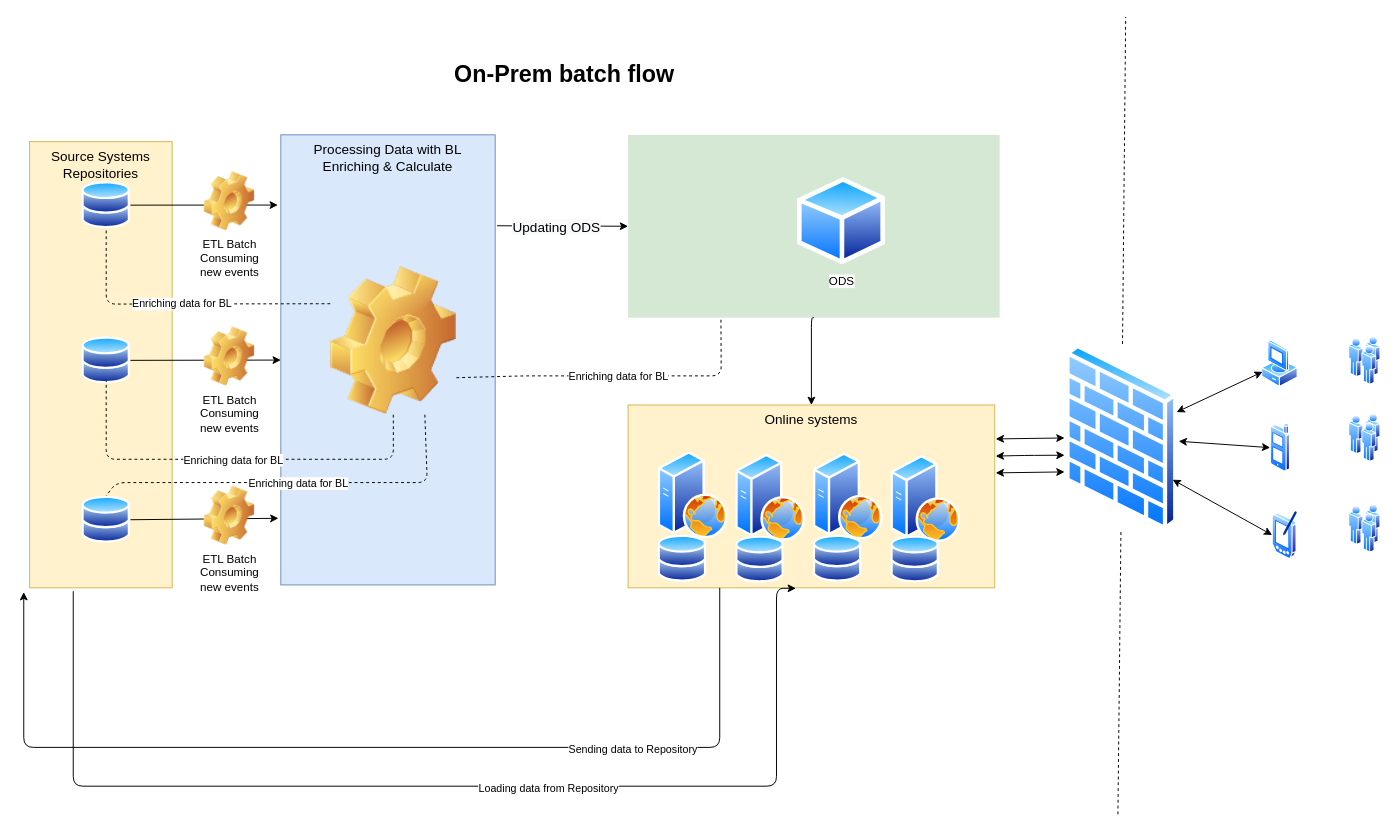
The draw.io diagram ODS on prem1.drawio in itaybaran/drawing, before the edit. Source tidied: cells renumbered, new cells numbered last; positions are measured from the earlier drawing's top-left corner, leaving out a move shared by most shapes. Both pictures are drawn from the tidied source at 97%, with x=0, y=0 at pixel (23, 16).
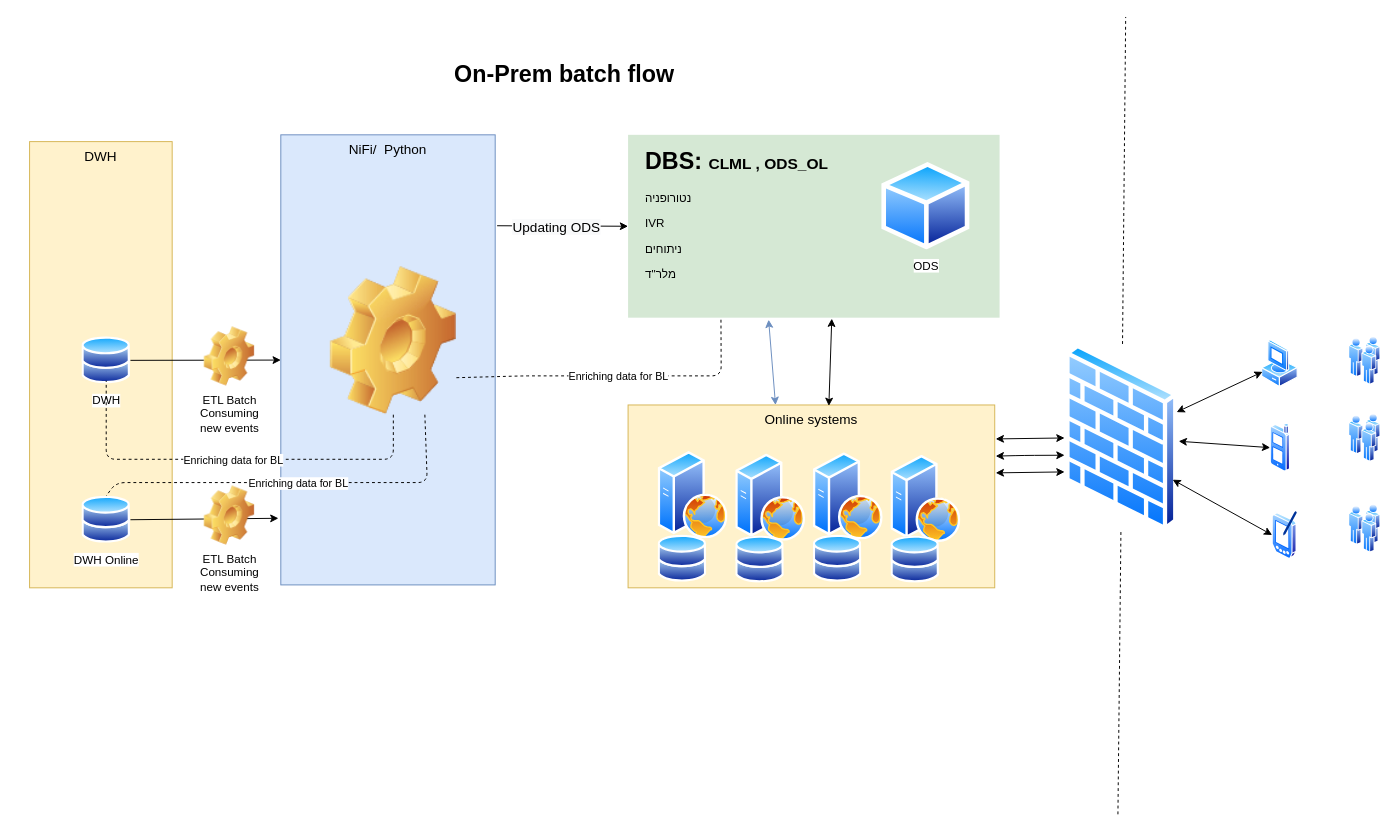
Above is the later version.

The change refers to these unchanged cells:
```xml
<mxCell id="2" style="whiteSpace=wrap;html=1;fillColor=#d5e8d4;fontSize=14;strokeColor=none;verticalAlign=top;" parent="1" vertex="1">
  <mxGeometry x="623" y="121.5" width="383" height="188.5" as="geometry" />
</mxCell>
<mxCell id="9" style="shape=image;html=1;verticalLabelPosition=bottom;verticalAlign=top;imageAspect=1;image=img/clipart/Gear_128x128.png;" parent="1" vertex="1">
  <mxGeometry x="316" y="257.5" width="130" height="152.5" as="geometry" />
</mxCell>
<mxCell id="17" value="Online systems" style="whiteSpace=wrap;html=1;fillColor=#fff2cc;fontSize=14;strokeColor=#d6b656;verticalAlign=top;" parent="1" vertex="1">
  <mxGeometry x="623" y="400" width="378" height="188.5" as="geometry" />
</mxCell>
```

Change to the diagram source:
```diff
@@
-    <mxCell id="3" value="Processing Data with BL&lt;br&gt;Enriching &amp;amp; Calculate" style="whiteSpace=wrap;html=1;fillColor=#dae8fc;fontSize=14;strokeColor=#6c8ebf;verticalAlign=top;" parent="1" vertex="1">
+    <mxCell id="3" value="NiFi/&amp;nbsp; Python" style="whiteSpace=wrap;html=1;fillColor=#dae8fc;fontSize=14;strokeColor=#6c8ebf;verticalAlign=top;" parent="1" vertex="1">
       <mxGeometry x="265" y="121.5" width="221" height="464" as="geometry" />
     </mxCell>
-    <mxCell id="4" value="Source Systems&lt;br&gt;Repositories" style="whiteSpace=wrap;html=1;fillColor=#fff2cc;fontSize=14;strokeColor=#d6b656;verticalAlign=top;" parent="1" vertex="1">
+    <mxCell id="4" value="DWH" style="whiteSpace=wrap;html=1;fillColor=#fff2cc;fontSize=14;strokeColor=#d6b656;verticalAlign=top;" parent="1" vertex="1">
       <mxGeometry x="6" y="128.5" width="147" height="460" as="geometry" />
     </mxCell>
@@
-    <mxCell id="6" style="perimeter=ellipsePerimeter;html=1;align=center;shadow=0;dashed=0;spacingTop=3;image;image=img/lib/active_directory/databases.svg;" parent="1" vertex="1">
-      <mxGeometry x="60" y="169.5" width="50" height="49" as="geometry" />
-    </mxCell>
-    <mxCell id="7" style="perimeter=ellipsePerimeter;html=1;align=center;shadow=0;dashed=0;spacingTop=3;image;image=img/lib/active_directory/databases.svg;" parent="1" vertex="1">
+    <mxCell id="7" value="DWH" style="perimeter=ellipsePerimeter;html=1;align=center;shadow=0;dashed=0;spacingTop=3;image;image=img/lib/active_directory/databases.svg;" parent="1" vertex="1">
       <mxGeometry x="60" y="329.5" width="50" height="49" as="geometry" />
     </mxCell>
-    <mxCell id="8" style="perimeter=ellipsePerimeter;html=1;align=center;shadow=0;dashed=0;spacingTop=3;image;image=img/lib/active_directory/databases.svg;" parent="1" vertex="1">
+    <mxCell id="8" value="DWH Online" style="perimeter=ellipsePerimeter;html=1;align=center;shadow=0;dashed=0;spacingTop=3;image;image=img/lib/active_directory/databases.svg;" parent="1" vertex="1">
       <mxGeometry x="60" y="493.8" width="50" height="49" as="geometry" />
     </mxCell>
@@
-    <mxCell id="10" style="endArrow=none;dashed=1;html=1;entryX=0.5;entryY=1;entryDx=0;entryDy=0;exitX=0;exitY=0.25;exitDx=0;exitDy=0;" parent="1" edge="1" source="9" target="6">
-      <mxGeometry relative="1" as="geometry">
-        <Array as="points">
-          <mxPoint x="85" y="296" />
-        </Array>
-      </mxGeometry>
-    </mxCell>
-    <mxCell id="11" value="Enriching data for BL" style="edgeLabel;html=1;align=center;verticalAlign=middle;" parent="10" vertex="1">
-      <mxGeometry relative="1" as="geometry" />
-    </mxCell>
@@
     <mxCell id="16" value="ODS" style="perimeter=ellipsePerimeter;html=1;align=center;shadow=0;dashed=0;spacingTop=3;image;image=img/lib/active_directory/generic_node.svg;" parent="1" vertex="1">
-      <mxGeometry x="797" y="165.5" width="92" height="90.2" as="geometry" />
+      <mxGeometry x="884" y="150" width="92" height="90.2" as="geometry" />
     </mxCell>
@@
-    <mxCell id="18" style="edgeStyle=segmentEdgeStyle;endArrow=classic;html=1;exitX=0.5;exitY=1;exitDx=0;exitDy=0;entryX=0.5;entryY=0;entryDx=0;entryDy=0;" parent="1" edge="1" source="2" target="17">
-      <mxGeometry relative="1" as="geometry" />
-    </mxCell>
@@
-    <mxCell id="23" style="edgeStyle=elbowEdgeStyle;elbow=vertical;endArrow=classic;html=1;exitX=0.25;exitY=1;exitDx=0;exitDy=0;entryX=0.449;entryY=1.003;entryDx=0;entryDy=0;entryPerimeter=0;" parent="1" edge="1" source="17">
-      <mxGeometry relative="1" as="geometry">
-        <mxPoint y="592.9" as="targetPoint" />
-        <Array as="points">
-          <mxPoint x="314" y="753" />
-        </Array>
-      </mxGeometry>
-    </mxCell>
-    <mxCell id="24" value="Sending data to Repository" style="edgeLabel;html=1;align=center;verticalAlign=middle;" parent="23" vertex="1">
-      <mxGeometry x="-0.67" y="-84" relative="1" as="geometry">
-        <mxPoint x="-83" y="85" as="offset" />
-      </mxGeometry>
-    </mxCell>
-    <mxCell id="25" style="edgeStyle=segmentEdgeStyle;endArrow=classic;html=1;exitX=0.796;exitY=1.001;exitDx=0;exitDy=0;exitPerimeter=0;" parent="1" edge="1">
-      <mxGeometry relative="1" as="geometry">
-        <mxPoint x="51" y="592" as="sourcePoint" />
-        <mxPoint x="796" y="589" as="targetPoint" />
-        <Array as="points">
-          <mxPoint x="51" y="793" />
-          <mxPoint x="776" y="793" />
-        </Array>
-      </mxGeometry>
-    </mxCell>
-    <mxCell id="26" value="Loading data from Repository" style="edgeLabel;html=1;align=center;verticalAlign=middle;" parent="25" vertex="1">
-      <mxGeometry x="0.2" y="-2" relative="1" as="geometry" />
-    </mxCell>
@@
-    <mxCell id="29" style="endArrow=classic;html=1;exitX=1;exitY=0.5;exitDx=0;exitDy=0;entryX=-0.014;entryY=0.156;entryDx=0;entryDy=0;entryPerimeter=0;" parent="1" edge="1" source="6" target="3">
-      <mxGeometry relative="1" as="geometry" />
-    </mxCell>
-    <mxCell id="30" value="ETL Batch&lt;br&gt;Consuming &lt;br&gt;new events" style="shape=image;html=1;verticalLabelPosition=bottom;verticalAlign=top;imageAspect=1;image=img/clipart/Gear_128x128.png;" parent="1" vertex="1">
-      <mxGeometry x="186" y="159.5" width="52" height="61" as="geometry" />
-    </mxCell>
@@
+    <mxCell id="56" value="&lt;h1&gt;DBS: &lt;font style=&quot;font-size: 16px;&quot;&gt;CLML , ODS_OL&lt;/font&gt;&lt;/h1&gt;&lt;p&gt;נטורופניה&lt;/p&gt;&lt;p&gt;IVR&lt;/p&gt;&lt;p&gt;ניתוחים&lt;/p&gt;&lt;p&gt;מלר&quot;ד&lt;/p&gt;" style="text;html=1;strokeColor=none;fillColor=none;spacing=5;spacingTop=-20;whiteSpace=wrap;overflow=hidden;rounded=0;" parent="1" vertex="1">
+      <mxGeometry x="636" y="128.5" width="200" height="161.5" as="geometry" />
+    </mxCell>
+    <mxCell id="57" style="endArrow=classic;startArrow=classic;html=1;exitX=0.475;exitY=1.011;exitDx=0;exitDy=0;entryX=0.5;entryY=0;entryDx=0;entryDy=0;exitPerimeter=0;fillColor=#dae8fc;strokeColor=#6c8ebf;" parent="1" edge="1">
+      <mxGeometry relative="1" as="geometry">
+        <mxPoint x="767.9" y="312.1" as="sourcePoint" />
+        <mxPoint x="775" y="400" as="targetPoint" />
+      </mxGeometry>
+    </mxCell>
+    <mxCell id="58" style="endArrow=classic;startArrow=classic;html=1;exitX=0.5;exitY=1;exitDx=0;exitDy=0;entryX=0.5;entryY=0;entryDx=0;entryDy=0;" parent="1" edge="1">
+      <mxGeometry relative="1" as="geometry">
+        <mxPoint x="833" y="311" as="sourcePoint" />
+        <mxPoint x="830" y="401" as="targetPoint" />
+      </mxGeometry>
+    </mxCell>
```
